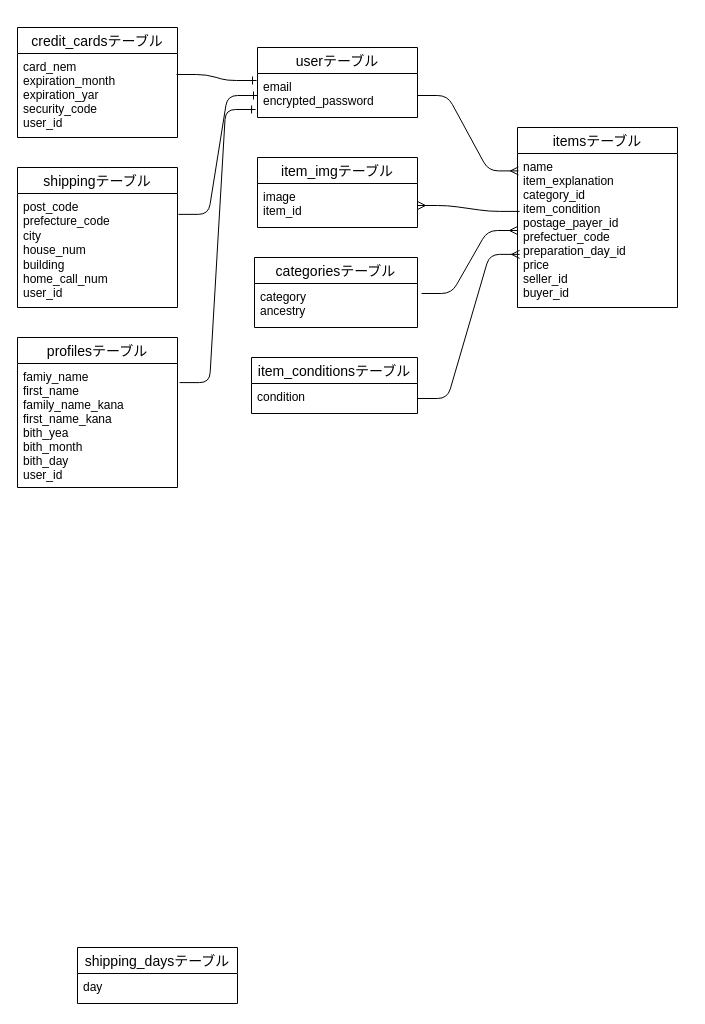
The draw.io diagram page "ページ1" (1 of 2) of ER.dio/furima.dio in souyama77/furima-29616-v2, before the edit. Source tidied: cells renumbered, new cells numbered last; positions are measured from the earlier drawing's top-left corner, leaving out a move shared by most shapes. Both pictures are drawn from the tidied source at 100%, with x=0, y=0 at pixel (17, 27).
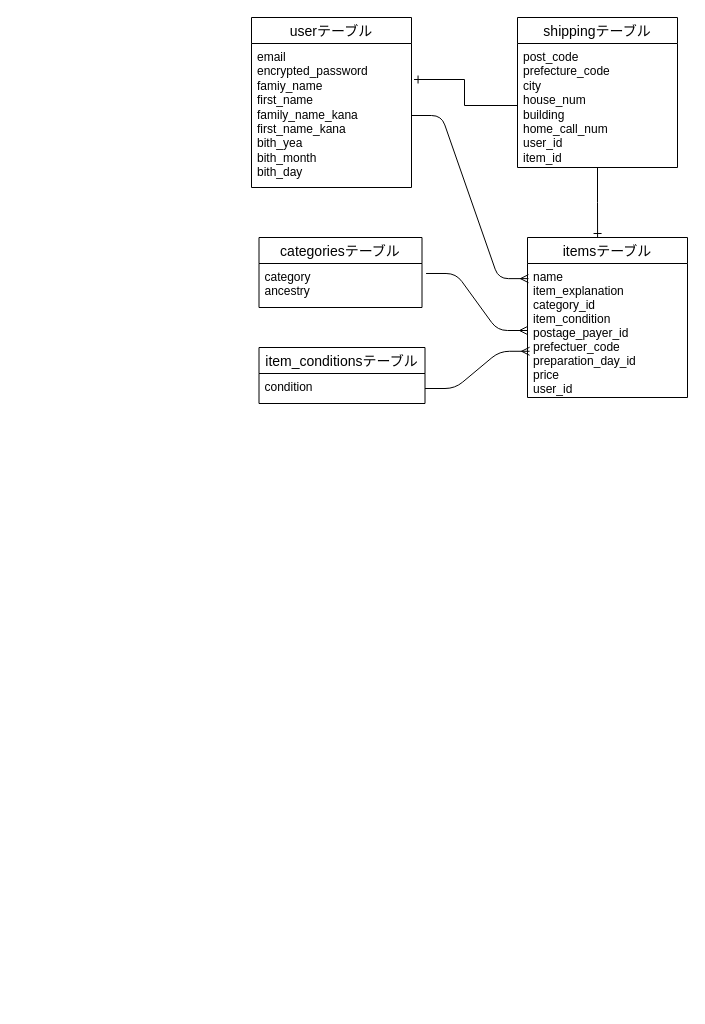
The same page after the edit.

Commit message (it also covers changes not shown here):
テーブル設計修正

What changed in the source:
```diff
@@
     <mxCell id="2" value="userテーブル" style="swimlane;fontStyle=0;horizontal=1;startSize=26;align=center;fontSize=14;rounded=0;sketch=0;flipH=0;flipV=0;" parent="1" vertex="1">
-      <mxGeometry x="240" y="20" width="160" height="70" as="geometry" />
+      <mxGeometry x="234" y="-10" width="160" height="170" as="geometry" />
     </mxCell>
-    <mxCell id="3" value="email&lt;br&gt;encrypted_password" style="text;strokeColor=none;fillColor=none;spacingLeft=4;spacingRight=4;overflow=hidden;points=[[0,0.5],[1,0.5]];portConstraint=eastwest;fontSize=12;html=1;whiteSpace=wrap;" parent="2" vertex="1">
-      <mxGeometry y="26" width="160" height="44" as="geometry" />
+    <mxCell id="3" value="email&lt;br&gt;encrypted_password&lt;br&gt;&lt;span&gt;famiy_name&lt;/span&gt;&lt;br style=&quot;padding: 0px ; margin: 0px&quot;&gt;&lt;span&gt;first_name&lt;/span&gt;&lt;br style=&quot;padding: 0px ; margin: 0px&quot;&gt;&lt;span&gt;family_name_kana&lt;/span&gt;&lt;br style=&quot;padding: 0px ; margin: 0px&quot;&gt;&lt;span&gt;first_name_kana&lt;/span&gt;&lt;br style=&quot;padding: 0px ; margin: 0px&quot;&gt;&lt;span&gt;bith_yea&lt;/span&gt;&lt;br style=&quot;padding: 0px ; margin: 0px&quot;&gt;&lt;span&gt;bith_month&lt;/span&gt;&lt;br style=&quot;padding: 0px ; margin: 0px&quot;&gt;&lt;span&gt;bith_day&lt;/span&gt;&lt;br style=&quot;padding: 0px ; margin: 0px&quot;&gt;" style="text;strokeColor=none;fillColor=none;spacingLeft=4;spacingRight=4;overflow=hidden;points=[[0,0.5],[1,0.5]];portConstraint=eastwest;fontSize=12;html=1;whiteSpace=wrap;" parent="2" vertex="1">
+      <mxGeometry y="26" width="160" height="144" as="geometry" />
     </mxCell>
+    <mxCell id="27" style="edgeStyle=orthogonalEdgeStyle;rounded=0;jettySize=auto;html=1;entryX=0.438;entryY=0;entryDx=0;entryDy=0;entryPerimeter=0;endArrow=ERone;endFill=0;" parent="1" edge="1" source="4" target="8">
+      <mxGeometry relative="1" as="geometry" />
+    </mxCell>
     <mxCell id="4" value="shippingテーブル" style="swimlane;fontStyle=0;horizontal=1;startSize=26;align=center;fontSize=14;rounded=0;sketch=0;" parent="1" vertex="1">
-      <mxGeometry y="140" width="160" height="140" as="geometry" />
+      <mxGeometry x="500" y="-10" width="160" height="150" as="geometry" />
     </mxCell>
-    <mxCell id="5" value="post_code&lt;br&gt;prefecture_code&lt;br&gt;city&lt;br&gt;house_num&lt;br&gt;building&lt;br&gt;home_call_num&lt;br&gt;user_id" style="text;strokeColor=none;fillColor=none;spacingLeft=4;spacingRight=4;overflow=hidden;points=[[0,0.5],[1,0.5]];portConstraint=eastwest;fontSize=12;html=1;whiteSpace=wrap;" parent="4" vertex="1">
-      <mxGeometry y="26" width="160" height="114" as="geometry" />
+    <mxCell id="5" value="post_code&lt;br&gt;prefecture_code&lt;br&gt;city&lt;br&gt;house_num&lt;br&gt;building&lt;br&gt;home_call_num&lt;br&gt;user_id&lt;br&gt;item_id" style="text;strokeColor=none;fillColor=none;spacingLeft=4;spacingRight=4;overflow=hidden;points=[[0,0.5],[1,0.5]];portConstraint=eastwest;fontSize=12;html=1;whiteSpace=wrap;" parent="4" vertex="1">
+      <mxGeometry y="26" width="160" height="124" as="geometry" />
     </mxCell>
-    <mxCell id="6" value="credit_cardsテーブル" style="swimlane;fontStyle=0;horizontal=1;startSize=26;align=center;fontSize=14;" parent="1" vertex="1">
-      <mxGeometry width="160" height="110" as="geometry" />
-    </mxCell>
-    <mxCell id="7" value="card_nem&#10;expiration_month&#10;expiration_yar&#10;security_code&#10;user_id&#10;" style="text;strokeColor=none;fillColor=none;spacingLeft=4;spacingRight=4;overflow=hidden;points=[[0,0.5],[1,0.5]];portConstraint=eastwest;fontSize=12;" parent="6" vertex="1">
-      <mxGeometry y="26" width="160" height="84" as="geometry" />
-    </mxCell>
     <mxCell id="8" value="itemsテーブル" style="swimlane;fontStyle=0;horizontal=1;startSize=26;align=center;fontSize=14;" parent="1" vertex="1">
-      <mxGeometry x="500" y="100" width="160" height="180" as="geometry" />
+      <mxGeometry x="510" y="210" width="160" height="160" as="geometry" />
     </mxCell>
-    <mxCell id="9" value="name&#10;item_explanation&#10;category_id&#10;item_condition&#10;postage_payer_id&#10;prefectuer_code&#10;preparation_day_id&#10;price&#10;seller_id&#10;buyer_id&#10;" style="text;strokeColor=none;fillColor=none;spacingLeft=4;spacingRight=4;overflow=hidden;points=[[0,0.5],[1,0.5]];portConstraint=eastwest;fontSize=12;" parent="8" vertex="1">
-      <mxGeometry y="26" width="160" height="154" as="geometry" />
+    <mxCell id="9" value="name&#10;item_explanation&#10;category_id&#10;item_condition&#10;postage_payer_id&#10;prefectuer_code&#10;preparation_day_id&#10;price&#10;user_id&#10;" style="text;strokeColor=none;fillColor=none;spacingLeft=4;spacingRight=4;overflow=hidden;points=[[0,0.5],[1,0.5]];portConstraint=eastwest;fontSize=12;" parent="8" vertex="1">
+      <mxGeometry y="26" width="160" height="134" as="geometry" />
     </mxCell>
-    <mxCell id="10" value="item_imgテーブル" style="swimlane;fontStyle=0;horizontal=1;startSize=26;align=center;fontSize=14;" parent="1" vertex="1">
-      <mxGeometry x="240" y="130" width="160" height="70" as="geometry" />
-    </mxCell>
-    <mxCell id="11" value="image&#10;item_id" style="text;strokeColor=none;fillColor=none;spacingLeft=4;spacingRight=4;overflow=hidden;points=[[0,0.5],[1,0.5]];portConstraint=eastwest;fontSize=12;" parent="10" vertex="1">
-      <mxGeometry y="26" width="160" height="44" as="geometry" />
-    </mxCell>
     <mxCell id="12" value="categoriesテーブル" style="swimlane;fontStyle=0;horizontal=1;startSize=26;align=center;fontSize=14;" parent="1" vertex="1">
-      <mxGeometry x="237" y="230" width="163" height="70" as="geometry" />
+      <mxGeometry x="241.5" y="210" width="163" height="70" as="geometry" />
     </mxCell>
@@
     <mxCell id="14" value="item_conditionsテーブル" style="swimlane;fontStyle=0;horizontal=1;startSize=26;align=center;fontSize=14;" parent="1" vertex="1">
-      <mxGeometry x="234" y="330" width="166" height="56" as="geometry" />
+      <mxGeometry x="241.5" y="320" width="166" height="56" as="geometry" />
     </mxCell>
@@
-    <mxCell id="16" value="shipping_daysテーブル" style="swimlane;fontStyle=0;horizontal=1;startSize=26;align=center;fontSize=14;" parent="1" vertex="1">
-      <mxGeometry x="60" y="920" width="160" height="56" as="geometry" />
-    </mxCell>
-    <mxCell id="17" value="day" style="text;strokeColor=none;fillColor=none;spacingLeft=4;spacingRight=4;overflow=hidden;fontSize=12;" parent="16" vertex="1">
-      <mxGeometry y="26" width="160" height="30" as="geometry" />
-    </mxCell>
-    <mxCell id="18" style="edgeStyle=entityRelationEdgeStyle;fontSize=12;html=1;endArrow=ERone;endFill=1;exitX=1.006;exitY=0.183;exitDx=0;exitDy=0;exitPerimeter=0;entryX=0;entryY=0.5;entryDx=0;entryDy=0;" parent="1" edge="1" source="5" target="3">
-      <mxGeometry relative="1" as="geometry" />
-    </mxCell>
@@
-    <mxCell id="20" value="profilesテーブル" style="swimlane;fontStyle=0;horizontal=1;startSize=26;align=center;fontSize=14;" parent="1" vertex="1">
-      <mxGeometry y="310" width="160" height="150" as="geometry" />
-    </mxCell>
-    <mxCell id="21" value="famiy_name&#10;first_name&#10;family_name_kana&#10;first_name_kana&#10;bith_yea&#10;bith_month&#10;bith_day&#10;user_id&#10;" style="text;strokeColor=none;fillColor=none;spacingLeft=4;spacingRight=4;overflow=hidden;points=[[0,0.5],[1,0.5]];portConstraint=eastwest;fontSize=12;" parent="20" vertex="1">
-      <mxGeometry y="26" width="160" height="124" as="geometry" />
-    </mxCell>
-    <mxCell id="22" style="edgeStyle=entityRelationEdgeStyle;fontSize=12;html=1;endArrow=ERone;endFill=1;exitX=1.013;exitY=0.154;exitDx=0;exitDy=0;entryX=-0.012;entryY=0.818;entryDx=0;entryDy=0;entryPerimeter=0;exitPerimeter=0;" parent="1" edge="1" source="21" target="3">
-      <mxGeometry relative="1" as="geometry" />
-    </mxCell>
-    <mxCell id="23" style="edgeStyle=entityRelationEdgeStyle;fontSize=12;html=1;endArrow=ERone;endFill=1;entryX=-0.006;entryY=0.159;entryDx=0;entryDy=0;entryPerimeter=0;exitX=0.994;exitY=0.25;exitDx=0;exitDy=0;exitPerimeter=0;" parent="1" edge="1" source="7" target="3">
-      <mxGeometry relative="1" as="geometry" />
-    </mxCell>
@@
-    <mxCell id="26" style="edgeStyle=entityRelationEdgeStyle;fontSize=12;html=1;endArrow=ERmany;entryX=1;entryY=0.5;entryDx=0;entryDy=0;exitX=0.013;exitY=0.376;exitDx=0;exitDy=0;exitPerimeter=0;" parent="1" edge="1" source="9" target="11">
-      <mxGeometry relative="1" as="geometry" />
-    </mxCell>
+    <mxCell id="18" style="edgeStyle=orthogonalEdgeStyle;rounded=0;jettySize=auto;html=1;endArrow=ERone;endFill=0;entryX=1.016;entryY=0.25;entryDx=0;entryDy=0;entryPerimeter=0;" parent="1" edge="1" source="5" target="3">
+      <mxGeometry relative="1" as="geometry" />
+    </mxCell>
```
